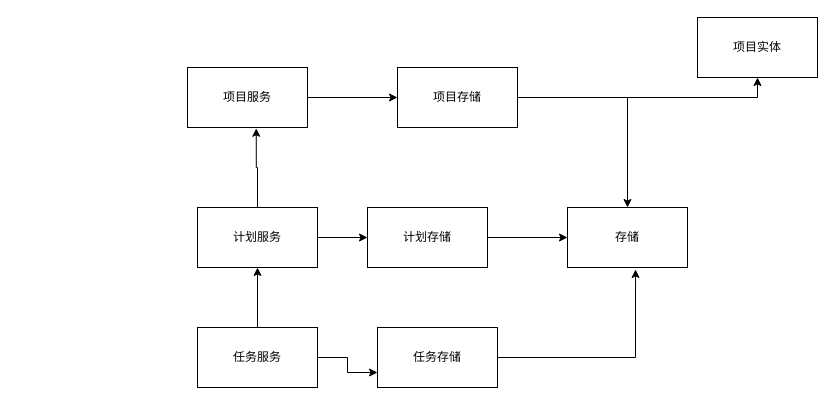
This is apps/drawios/make_progress.drawio from zuiyu1998/project_book, a draw.io file, before an edit. Source tidied: cells renumbered, new cells numbered last; positions are measured from the earlier drawing's top-left corner, leaving out a move shared by most shapes. Both pictures are drawn from the tidied source at 100%, with x=0, y=0 at pixel (187, 17).
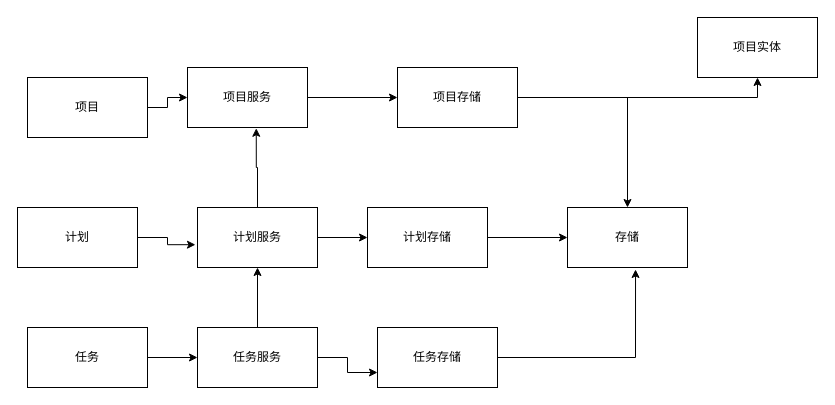
After the change.

The change refers to these unchanged cells:
```xml
<mxCell id="3" value="项目服务" style="rounded=0;whiteSpace=wrap;html=1;" parent="1" vertex="1">
  <mxGeometry y="50" width="120" height="60" as="geometry" />
</mxCell>
<mxCell id="6" value="计划服务" style="rounded=0;whiteSpace=wrap;html=1;" parent="1" vertex="1">
  <mxGeometry x="10" y="190" width="120" height="60" as="geometry" />
</mxCell>
<mxCell id="9" value="任务服务" style="rounded=0;whiteSpace=wrap;html=1;" parent="1" vertex="1">
  <mxGeometry x="10" y="310" width="120" height="60" as="geometry" />
</mxCell>
```

Change to the diagram source:
```diff
@@
+    <mxCell id="19" style="edgeStyle=orthogonalEdgeStyle;rounded=0;jettySize=auto;html=1;entryX=0;entryY=0.5;entryDx=0;entryDy=0;" parent="1" edge="1" source="20" target="3">
+      <mxGeometry relative="1" as="geometry" />
+    </mxCell>
+    <mxCell id="20" value="项目" style="rounded=0;whiteSpace=wrap;html=1;" parent="1" vertex="1">
+      <mxGeometry x="-160" y="60" width="120" height="60" as="geometry" />
+    </mxCell>
+    <mxCell id="21" style="edgeStyle=orthogonalEdgeStyle;rounded=0;jettySize=auto;html=1;entryX=-0.017;entryY=0.62;entryDx=0;entryDy=0;entryPerimeter=0;" parent="1" edge="1" source="22" target="6">
+      <mxGeometry relative="1" as="geometry" />
+    </mxCell>
+    <mxCell id="22" value="计划" style="rounded=0;whiteSpace=wrap;html=1;" parent="1" vertex="1">
+      <mxGeometry x="-170" y="190" width="120" height="60" as="geometry" />
+    </mxCell>
+    <mxCell id="23" style="edgeStyle=orthogonalEdgeStyle;rounded=0;jettySize=auto;html=1;entryX=0;entryY=0.5;entryDx=0;entryDy=0;" parent="1" edge="1" source="24" target="9">
+      <mxGeometry relative="1" as="geometry" />
+    </mxCell>
+    <mxCell id="24" value="任务" style="rounded=0;whiteSpace=wrap;html=1;" parent="1" vertex="1">
+      <mxGeometry x="-160" y="310" width="120" height="60" as="geometry" />
+    </mxCell>
```
